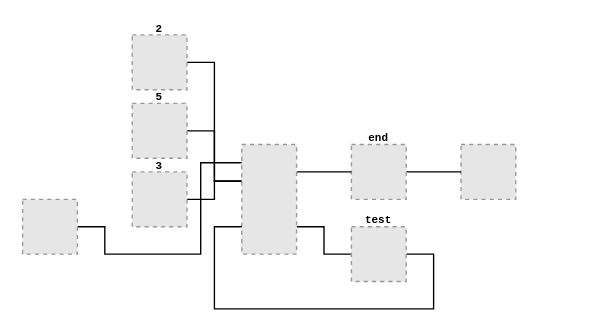
Earlier version of the draw.io diagram examples/test.drawio (octo-gone/sync-execution). Source tidied: cells renumbered, new cells numbered last; positions are measured from the earlier drawing's top-left corner, leaving out a move shared by most shapes. Both pictures are drawn from the tidied source at 137%, with x=0, y=0 at pixel (22, 34). Pictures stored in the file or linked from it are replaced by grey dashed boxes.
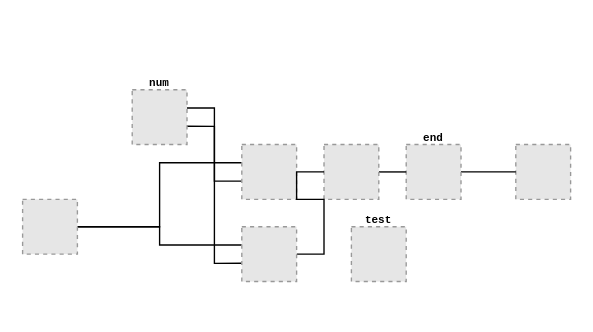
The same diagram, later.

Unchanged cells that the change refers to:
```xml
<mxCell id="3" style="fillColor=#E6E6E6;strokeColor=#999999;dashed=1;verticalLabelPosition=top;labelBackgroundColor=none;verticalAlign=bottom;fontFamily=Courier;fontSize=8;labelPosition=center;align=center;spacing=-1;fontStyle=1;" parent="1" vertex="1">
  <mxGeometry y="120" width="40" height="40" as="geometry" />
</mxCell>
<mxCell id="17" value="test" style="fillColor=#E6E6E6;strokeColor=#999999;dashed=1;verticalLabelPosition=top;labelBackgroundColor=none;verticalAlign=bottom;fontFamily=Courier;fontSize=8;labelPosition=center;align=center;spacing=-1;fontStyle=1;" parent="1" vertex="1">
  <mxGeometry x="240" y="140" width="40" height="40" as="geometry" />
</mxCell>
```

The edit, as a diff of the source:
```diff
@@
-    <mxCell id="2" style="edgeStyle=orthogonalEdgeStyle;rounded=0;jettySize=auto;html=1;exitX=1;exitY=0.5;exitDx=0;exitDy=0;entryX=0;entryY=0.16666666666666666;entryDx=0;entryDy=0;endArrow=none;endFill=0;" parent="1" edge="1" source="3" target="15">
-      <mxGeometry relative="1" as="geometry">
-        <Array as="points">
-          <mxPoint x="60" y="140" />
-          <mxPoint x="60" y="160" />
-          <mxPoint x="130" y="160" />
-          <mxPoint x="130" y="93" />
-        </Array>
-      </mxGeometry>
-    </mxCell>
+    <mxCell id="18" style="edgeStyle=orthogonalEdgeStyle;rounded=0;jettySize=auto;html=1;exitX=1;exitY=0.5;exitDx=0;exitDy=0;entryX=0;entryY=0.3333333333333333;entryDx=0;entryDy=0;endArrow=none;endFill=0;" parent="1" edge="1" source="3" target="27">
+      <mxGeometry relative="1" as="geometry" />
+    </mxCell>
+    <mxCell id="19" style="edgeStyle=orthogonalEdgeStyle;rounded=0;jettySize=auto;html=1;exitX=1;exitY=0.5;exitDx=0;exitDy=0;entryX=0;entryY=0.3333333333333333;entryDx=0;entryDy=0;endArrow=none;endFill=0;" parent="1" edge="1" source="3" target="25">
+      <mxGeometry relative="1" as="geometry" />
+    </mxCell>
@@
     <mxCell id="4" style="fillColor=#E6E6E6;strokeColor=#999999;dashed=1;verticalLabelPosition=top;labelBackgroundColor=none;verticalAlign=bottom;fontFamily=Courier;fontSize=8;labelPosition=center;align=center;spacing=-1;fontStyle=1;" parent="1" vertex="1">
-      <mxGeometry x="320" y="80" width="40" height="40" as="geometry" />
+      <mxGeometry x="360" y="80" width="40" height="40" as="geometry" />
     </mxCell>
@@
     <mxCell id="6" value="end" style="fillColor=#E6E6E6;strokeColor=#999999;dashed=1;verticalLabelPosition=top;labelBackgroundColor=none;verticalAlign=bottom;fontFamily=Courier;fontSize=8;labelPosition=center;align=center;spacing=-1;fontStyle=1;" parent="1" vertex="1">
-      <mxGeometry x="240" y="80" width="40" height="40" as="geometry" />
+      <mxGeometry x="280" y="80" width="40" height="40" as="geometry" />
     </mxCell>
-    <mxCell id="7" style="edgeStyle=orthogonalEdgeStyle;rounded=0;jettySize=auto;html=1;exitX=1;exitY=0.5;exitDx=0;exitDy=0;entryX=0;entryY=0.3333333333333333;entryDx=0;entryDy=0;endArrow=none;endFill=0;" parent="1" edge="1" source="8" target="15">
-      <mxGeometry relative="1" as="geometry" />
-    </mxCell>
-    <mxCell id="8" value="5" style="fillColor=#E6E6E6;strokeColor=#999999;dashed=1;verticalLabelPosition=top;labelBackgroundColor=none;verticalAlign=bottom;fontFamily=Courier;fontSize=8;labelPosition=center;align=center;spacing=-1;fontStyle=1;" parent="1" vertex="1">
-      <mxGeometry x="80" y="50" width="40" height="40" as="geometry" />
-    </mxCell>
-    <mxCell id="9" style="edgeStyle=orthogonalEdgeStyle;rounded=0;jettySize=auto;html=1;exitX=1;exitY=0.5;exitDx=0;exitDy=0;entryX=0;entryY=0.3333333333333333;entryDx=0;entryDy=0;endArrow=none;endFill=0;" parent="1" edge="1" source="10" target="15">
-      <mxGeometry relative="1" as="geometry" />
-    </mxCell>
-    <mxCell id="10" value="2" style="fillColor=#E6E6E6;strokeColor=#999999;dashed=1;verticalLabelPosition=top;labelBackgroundColor=none;verticalAlign=bottom;fontFamily=Courier;fontSize=8;labelPosition=center;align=center;spacing=-1;fontStyle=1;" parent="1" vertex="1">
-      <mxGeometry x="80" width="40" height="40" as="geometry" />
-    </mxCell>
-    <mxCell id="11" style="edgeStyle=orthogonalEdgeStyle;rounded=0;jettySize=auto;html=1;exitX=1;exitY=0.5;exitDx=0;exitDy=0;endArrow=none;endFill=0;entryX=0;entryY=0.3333333333333333;entryDx=0;entryDy=0;" parent="1" edge="1" source="12" target="15">
-      <mxGeometry relative="1" as="geometry" />
-    </mxCell>
-    <mxCell id="12" value="3" style="fillColor=#E6E6E6;strokeColor=#999999;dashed=1;verticalLabelPosition=top;labelBackgroundColor=none;verticalAlign=bottom;fontFamily=Courier;fontSize=8;labelPosition=center;align=center;spacing=-1;fontStyle=1;" parent="1" vertex="1">
-      <mxGeometry x="80" y="100" width="40" height="40" as="geometry" />
-    </mxCell>
-    <mxCell id="13" style="edgeStyle=orthogonalEdgeStyle;rounded=0;jettySize=auto;html=1;exitX=1;exitY=0.25;exitDx=0;exitDy=0;entryX=0;entryY=0.5;entryDx=0;entryDy=0;endArrow=none;endFill=0;" parent="1" edge="1" source="15" target="6">
-      <mxGeometry relative="1" as="geometry" />
-    </mxCell>
-    <mxCell id="14" style="edgeStyle=orthogonalEdgeStyle;rounded=0;jettySize=auto;html=1;exitX=1;exitY=0.75;exitDx=0;exitDy=0;entryX=0;entryY=0.5;entryDx=0;entryDy=0;endArrow=none;endFill=0;" parent="1" edge="1" source="15" target="17">
-      <mxGeometry relative="1" as="geometry" />
-    </mxCell>
-    <mxCell id="15" style="fillColor=#E6E6E6;strokeColor=#999999;dashed=1;verticalLabelPosition=top;labelBackgroundColor=none;verticalAlign=bottom;fontFamily=Courier;fontSize=8;labelPosition=center;align=center;spacing=-1;fontStyle=1;" parent="1" vertex="1">
-      <mxGeometry x="160" y="80" width="40" height="80" as="geometry" />
-    </mxCell>
-    <mxCell id="16" style="edgeStyle=orthogonalEdgeStyle;rounded=0;jettySize=auto;html=1;exitX=1;exitY=0.5;exitDx=0;exitDy=0;entryX=0;entryY=0.75;entryDx=0;entryDy=0;endArrow=none;endFill=0;" parent="1" edge="1" source="17" target="15">
-      <mxGeometry relative="1" as="geometry">
-        <Array as="points">
-          <mxPoint x="300" y="160" />
-          <mxPoint x="300" y="200" />
-          <mxPoint x="140" y="200" />
-          <mxPoint x="140" y="140" />
-        </Array>
-      </mxGeometry>
-    </mxCell>
@@
+    <mxCell id="20" style="edgeStyle=orthogonalEdgeStyle;rounded=0;jettySize=auto;html=1;exitX=1;exitY=0.3333333333333333;exitDx=0;exitDy=0;entryX=0;entryY=0.6666666666666666;entryDx=0;entryDy=0;endArrow=none;endFill=0;" parent="1" edge="1" source="22" target="25">
+      <mxGeometry relative="1" as="geometry" />
+    </mxCell>
+    <mxCell id="21" style="edgeStyle=orthogonalEdgeStyle;rounded=0;jettySize=auto;html=1;exitX=1;exitY=0.6666666666666666;exitDx=0;exitDy=0;entryX=0;entryY=0.6666666666666666;entryDx=0;entryDy=0;endArrow=none;endFill=0;" parent="1" edge="1" source="22" target="27">
+      <mxGeometry relative="1" as="geometry" />
+    </mxCell>
+    <mxCell id="22" value="num" style="fillColor=#E6E6E6;strokeColor=#999999;dashed=1;verticalLabelPosition=top;labelBackgroundColor=none;verticalAlign=bottom;fontFamily=Courier;fontSize=8;labelPosition=center;align=center;spacing=-1;fontStyle=1;" parent="1" vertex="1">
+      <mxGeometry x="80" y="40" width="40" height="40" as="geometry" />
+    </mxCell>
+    <mxCell id="23" style="edgeStyle=orthogonalEdgeStyle;rounded=0;jettySize=auto;html=1;exitX=1;exitY=0.5;exitDx=0;exitDy=0;entryX=0;entryY=0.5;entryDx=0;entryDy=0;endArrow=none;endFill=0;" parent="1" edge="1" source="24" target="6">
+      <mxGeometry relative="1" as="geometry" />
+    </mxCell>
+    <mxCell id="24" style="fillColor=#E6E6E6;strokeColor=#999999;dashed=1;verticalLabelPosition=top;labelBackgroundColor=none;verticalAlign=bottom;fontFamily=Courier;fontSize=8;labelPosition=center;align=center;spacing=-1;fontStyle=1;" parent="1" vertex="1">
+      <mxGeometry x="220" y="80" width="40" height="40" as="geometry" />
+    </mxCell>
+    <mxCell id="25" style="fillColor=#E6E6E6;strokeColor=#999999;dashed=1;verticalLabelPosition=top;labelBackgroundColor=none;verticalAlign=bottom;fontFamily=Courier;fontSize=8;labelPosition=center;align=center;spacing=-1;fontStyle=1;" parent="1" vertex="1">
+      <mxGeometry x="160" y="80" width="40" height="40" as="geometry" />
+    </mxCell>
+    <mxCell id="26" style="edgeStyle=orthogonalEdgeStyle;rounded=0;jettySize=auto;html=1;exitX=1;exitY=0.5;exitDx=0;exitDy=0;entryX=0;entryY=0.5;entryDx=0;entryDy=0;endArrow=none;endFill=0;" parent="1" edge="1" source="27" target="24">
+      <mxGeometry relative="1" as="geometry" />
+    </mxCell>
+    <mxCell id="27" style="fillColor=#E6E6E6;strokeColor=#999999;dashed=1;verticalLabelPosition=top;labelBackgroundColor=none;verticalAlign=bottom;fontFamily=Courier;fontSize=8;labelPosition=center;align=center;spacing=-1;fontStyle=1;" parent="1" vertex="1">
+      <mxGeometry x="160" y="140" width="40" height="40" as="geometry" />
+    </mxCell>
```
